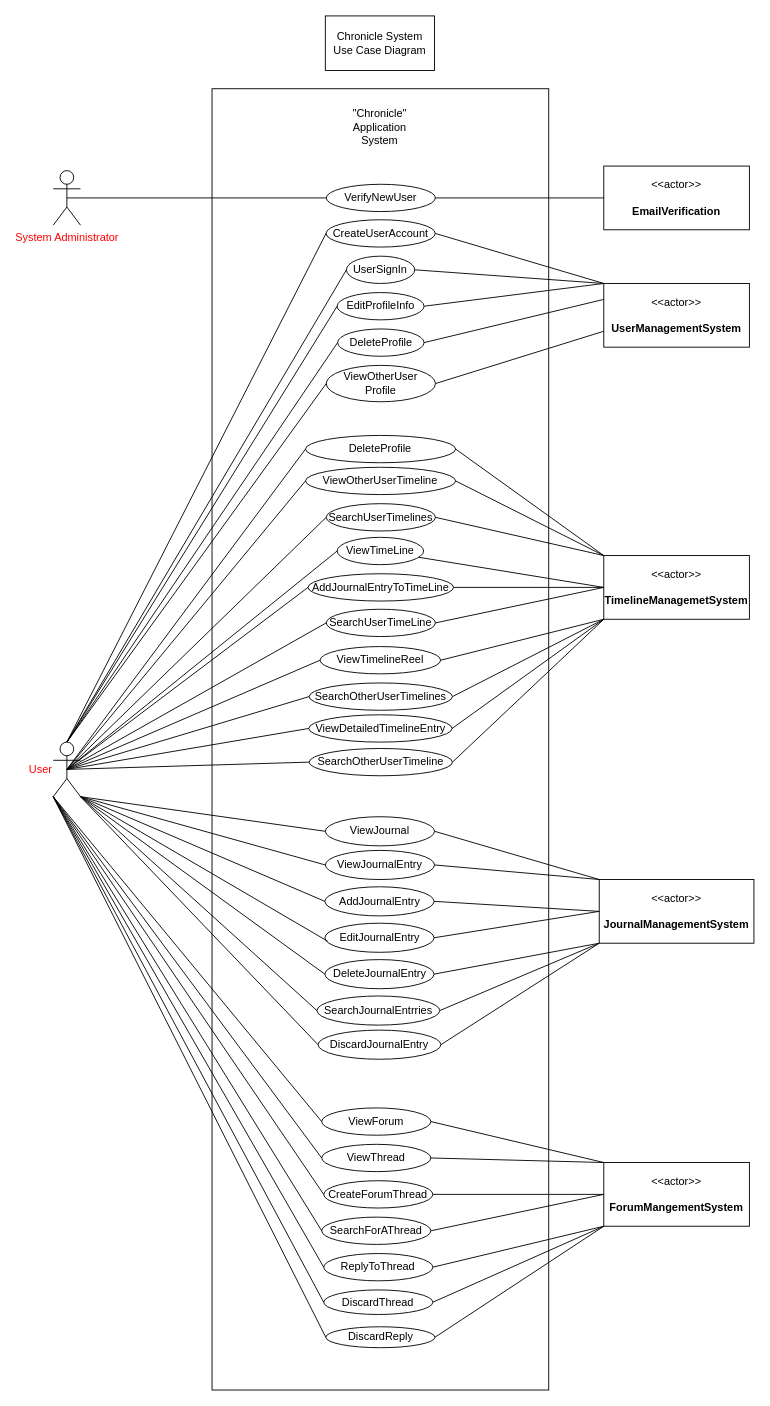
Vaibhav-G-Parmar/Chronicle-Your-Ultimate-Travel-Companion keeps this draw.io diagram as Application_System_Use_Case_Diagram.drawio. Above is the earlier version. Source tidied: cells renumbered, new cells numbered last; positions are measured from the earlier drawing's top-left corner, leaving out a move shared by most shapes. Both pictures are drawn from the tidied source at 91%, with x=0, y=0 at pixel (53, 15).
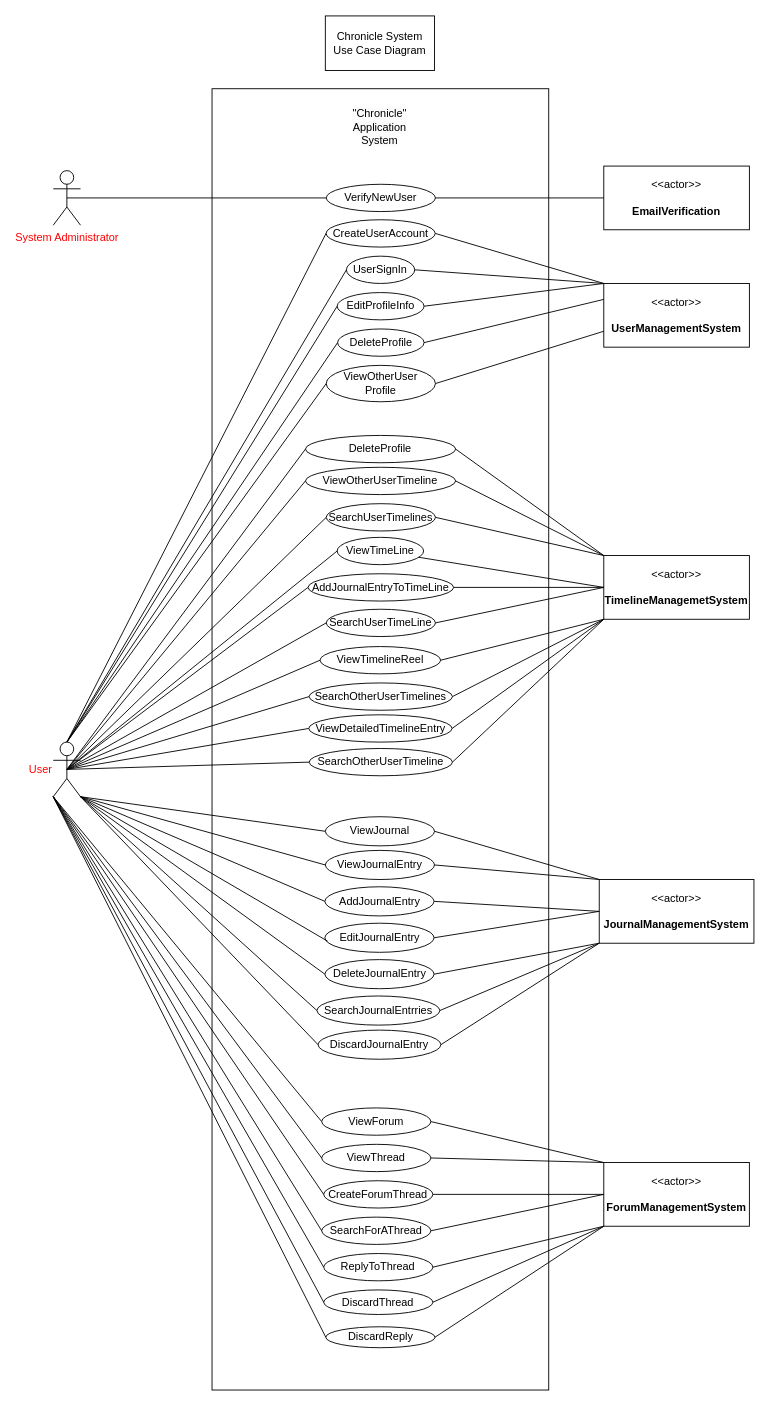
The same diagram, later.

Change to the diagram source:
```diff
@@
-    <mxCell id="70" value="&amp;lt;&amp;lt;actor&amp;gt;&amp;gt;&lt;br&gt;&lt;br&gt;&lt;b style=&quot;border-color: var(--border-color);&quot;&gt;ForumMangementSystem&lt;/b&gt;&lt;b&gt;&lt;br&gt;&lt;/b&gt;" style="html=1;align=center;verticalAlign=middle;dashed=0;whiteSpace=wrap;" parent="1" vertex="1">
+    <mxCell id="70" value="&amp;lt;&amp;lt;actor&amp;gt;&amp;gt;&lt;br&gt;&lt;br&gt;&lt;b style=&quot;border-color: var(--border-color);&quot;&gt;ForumManagementSystem&lt;/b&gt;&lt;b&gt;&lt;br&gt;&lt;/b&gt;" style="html=1;align=center;verticalAlign=middle;dashed=0;whiteSpace=wrap;" parent="1" vertex="1">
       <mxGeometry x="605" y="1260" width="160" height="70" as="geometry" />
     </mxCell>
```
